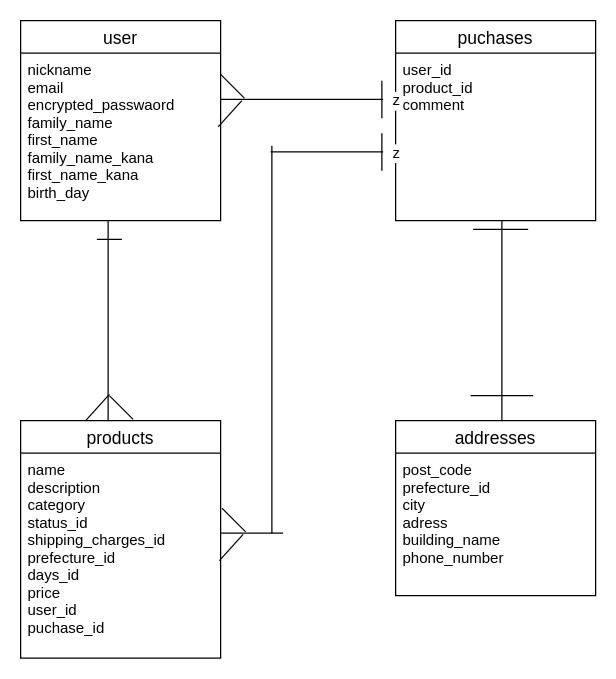
The draw.io diagram firima.dio in Kawase-Ryo/furima-38243, before the edit. Source tidied: cells renumbered, new cells numbered last; positions are measured from the earlier drawing's top-left corner, leaving out a move shared by most shapes. Both pictures are drawn from the tidied source at 125%, with x=0, y=0 at pixel (20, 20).
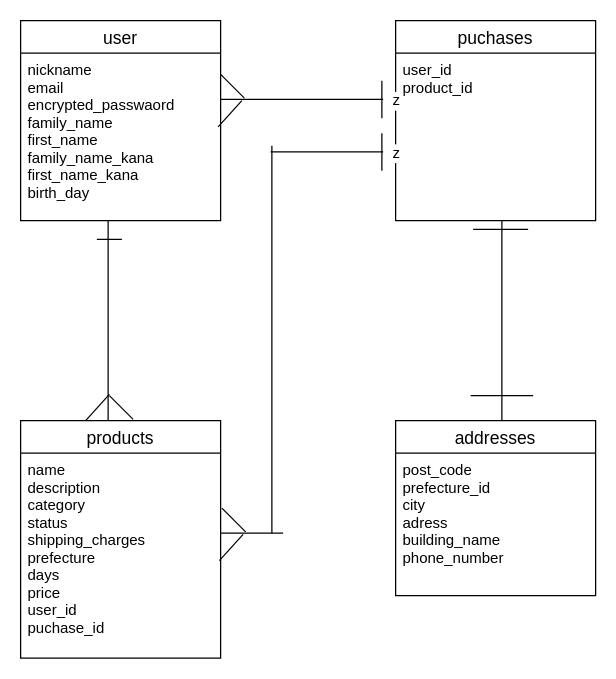
Above is the later version.

Commit message (it also covers changes not shown here):
データベース修正-14

Unchanged cells that the change refers to:
```xml
<mxCell id="4" value="puchases" style="swimlane;fontStyle=0;horizontal=1;startSize=26;align=center;fontSize=14;" parent="1" vertex="1">
  <mxGeometry x="300" width="160" height="160" as="geometry" />
</mxCell>
<mxCell id="6" value="products" style="swimlane;fontStyle=0;horizontal=1;startSize=26;align=center;fontSize=14;" parent="1" vertex="1">
  <mxGeometry y="320" width="160" height="190" as="geometry" />
</mxCell>
```

Change to the diagram source:
```diff
@@
-    <mxCell id="5" value="user_id&#10;product_id&#10;comment" style="text;strokeColor=none;fillColor=none;spacingLeft=4;spacingRight=4;overflow=hidden;fontSize=12;" parent="4" vertex="1">
+    <mxCell id="5" value="user_id&#10;product_id" style="text;strokeColor=none;fillColor=none;spacingLeft=4;spacingRight=4;overflow=hidden;fontSize=12;" parent="4" vertex="1">
       <mxGeometry y="26" width="160" height="134" as="geometry" />
     </mxCell>
@@
-    <mxCell id="7" value="name&#10;description&#10;category&#10;status_id&#10;shipping_charges_id&#10;prefecture_id&#10;days_id&#10;price&#10;user_id&#10;puchase_id" style="text;strokeColor=none;fillColor=none;spacingLeft=4;spacingRight=4;overflow=hidden;fontSize=12;" parent="6" vertex="1">
+    <mxCell id="7" value="name&#10;description&#10;category&#10;status&#10;shipping_charges&#10;prefecture&#10;days&#10;price&#10;user_id&#10;puchase_id" style="text;strokeColor=none;fillColor=none;spacingLeft=4;spacingRight=4;overflow=hidden;fontSize=12;" parent="6" vertex="1">
       <mxGeometry y="26" width="160" height="164" as="geometry" />
     </mxCell>
```
